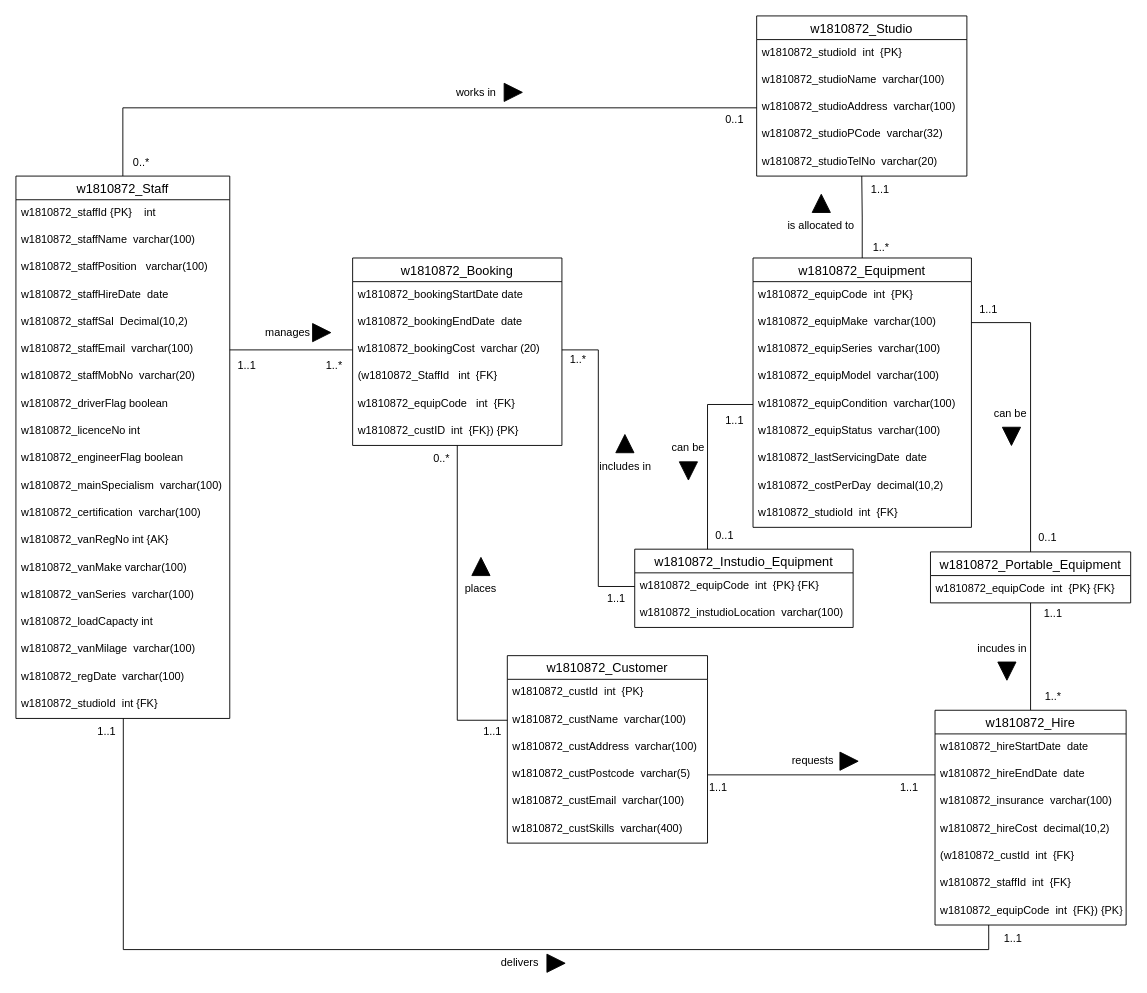
Before: Part B/Part_B.drawio in ChitharaKarunasekera/DatabaseSystemsCoursework, a draw.io diagram. Source tidied: cells renumbered, new cells numbered last; positions are measured from the earlier drawing's top-left corner, leaving out a move shared by most shapes. Both pictures are drawn from the tidied source at 91%, with x=0, y=0 at pixel (15, 15).
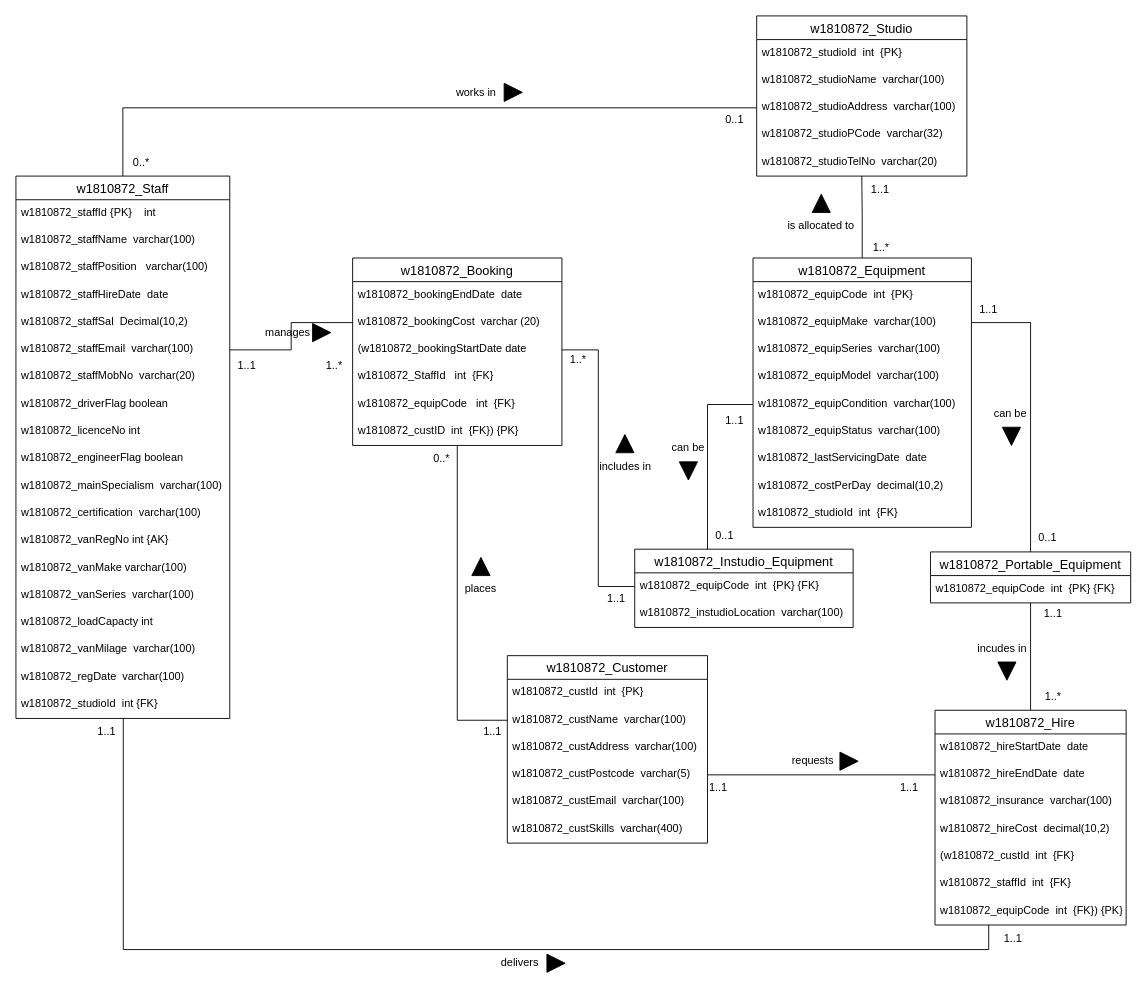
Above is the later version.

Unchanged cells that the change refers to:
```xml
<mxCell id="35" value="w1810872_equipCode  int  {PK} {FK}" style="text;strokeColor=none;fillColor=none;spacingLeft=4;spacingRight=4;overflow=hidden;points=[[0,0.5],[1,0.5]];portConstraint=eastwest;fontSize=12;fontColor=#000000;" parent="34" vertex="1">
  <mxGeometry y="26" width="240" height="30" as="geometry" />
</mxCell>
<mxCell id="58" value="w1810872_Booking" style="swimlane;fontStyle=0;horizontal=1;startSize=26;align=center;fontSize=14;fontColor=#000000;" parent="1" vertex="1">
  <mxGeometry x="370" y="266" width="230" height="206" as="geometry" />
</mxCell>
```

Diff of the diagram source:
```diff
@@
-    <mxCell id="59" value="w1810872_bookingStartDate date" style="text;strokeColor=none;fillColor=none;spacingLeft=4;spacingRight=4;overflow=hidden;fontSize=12;fontColor=#000000;" parent="58" vertex="1">
-      <mxGeometry y="26" width="230" height="30" as="geometry" />
-    </mxCell>
     <mxCell id="60" value="w1810872_bookingEndDate  date" style="text;strokeColor=none;fillColor=none;spacingLeft=4;spacingRight=4;overflow=hidden;fontSize=12;fontColor=#000000;" parent="58" vertex="1">
-      <mxGeometry y="56" width="230" height="30" as="geometry" />
+      <mxGeometry y="26" width="230" height="30" as="geometry" />
     </mxCell>
     <mxCell id="61" value="w1810872_bookingCost  varchar (20)" style="text;strokeColor=none;fillColor=none;spacingLeft=4;spacingRight=4;overflow=hidden;points=[[0,0.5],[1,0.5]];portConstraint=eastwest;fontSize=12;fontColor=#000000;" parent="58" vertex="1">
-      <mxGeometry y="86" width="230" height="30" as="geometry" />
+      <mxGeometry y="56" width="230" height="30" as="geometry" />
     </mxCell>
+    <mxCell id="59" value="(w1810872_bookingStartDate date" style="text;strokeColor=none;fillColor=none;spacingLeft=4;spacingRight=4;overflow=hidden;fontSize=12;fontColor=#000000;" parent="58" vertex="1">
+      <mxGeometry y="86" width="230" height="30" as="geometry" />
+    </mxCell>
-    <mxCell id="62" value="(w1810872_StaffId   int  {FK} " style="text;strokeColor=none;fillColor=none;spacingLeft=4;spacingRight=4;overflow=hidden;fontSize=12;fontColor=#000000;" parent="58" vertex="1">
+    <mxCell id="62" value="w1810872_StaffId   int  {FK} " style="text;strokeColor=none;fillColor=none;spacingLeft=4;spacingRight=4;overflow=hidden;fontSize=12;fontColor=#000000;" parent="58" vertex="1">
       <mxGeometry y="116" width="230" height="30" as="geometry" />
     </mxCell>
@@
-    <mxCell id="114" style="edgeStyle=orthogonalEdgeStyle;rounded=0;jettySize=auto;html=1;endArrow=none;endFill=0;" parent="1" edge="1" source="35" target="61">
+    <mxCell id="114" style="edgeStyle=orthogonalEdgeStyle;rounded=0;jettySize=auto;html=1;endArrow=none;endFill=0;" parent="1" edge="1" source="35">
       <mxGeometry relative="1" as="geometry">
+        <mxPoint x="600" y="367" as="targetPoint" />
         <Array as="points">
           <mxPoint x="640" y="627" />
           <mxPoint x="640" y="367" />
         </Array>
       </mxGeometry>
     </mxCell>
```
